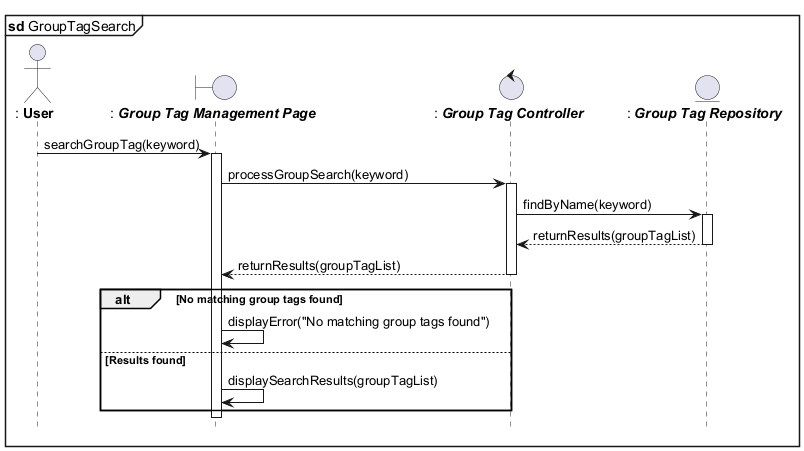
Earlier version of the PlantUML export out/cari_grubtag.png (azrappp/learning_uml2.0_pmul). Its diagram source:
```plantuml
@startuml
mainframe **sd** GroupTagSearch
hide footbox

actor ": **User**" as User
boundary ": **//Group Tag Management Page//**" as GroupTagPage
control ": **//Group Tag Controller//**" as GroupTagController
entity ": **//Group Tag Repository//**" as GroupTagRepository

User -> GroupTagPage : searchGroupTag(keyword)
activate GroupTagPage

GroupTagPage -> GroupTagController : processGroupSearch(keyword)
activate GroupTagController

GroupTagController -> GroupTagRepository : findByName(keyword)
activate GroupTagRepository
GroupTagRepository --> GroupTagController : returnResults(groupTagList)
deactivate GroupTagRepository

GroupTagController --> GroupTagPage : returnResults(groupTagList)
deactivate GroupTagController

alt No matching group tags found
    GroupTagPage -> GroupTagPage : displayError("No matching group tags found")
else Results found
    GroupTagPage -> GroupTagPage : displaySearchResults(groupTagList)
end

deactivate GroupTagPage
@enduml
```
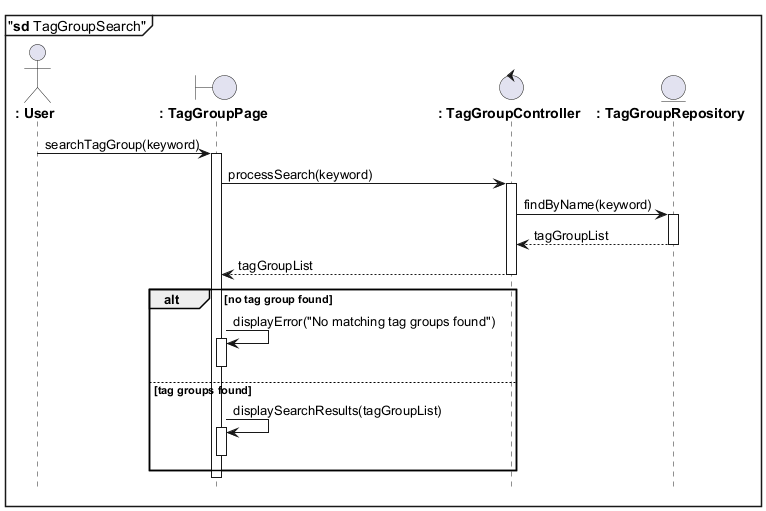
The same file after the commit.

Change to the diagram source:
```diff
@@ -1,31 +1,35 @@
 @startuml
-mainframe **sd** GroupTagSearch
+mainframe "**sd** TagGroupSearch"
 hide footbox
 
-actor ": **User**" as User
-boundary ": **//Group Tag Management Page//**" as GroupTagPage
-control ": **//Group Tag Controller//**" as GroupTagController
-entity ": **//Group Tag Repository//**" as GroupTagRepository
+actor "**: User**" as User
+boundary "**: TagGroupPage**" as TagGroupPage
+control "**: TagGroupController**" as TagGroupController
+entity "**: TagGroupRepository**" as TagGroupRepository
 
-User -> GroupTagPage : searchGroupTag(keyword)
-activate GroupTagPage
+User -> TagGroupPage : searchTagGroup(keyword)
+activate TagGroupPage
 
-GroupTagPage -> GroupTagController : processGroupSearch(keyword)
-activate GroupTagController
+TagGroupPage -> TagGroupController : processSearch(keyword)
+activate TagGroupController
 
-GroupTagController -> GroupTagRepository : findByName(keyword)
-activate GroupTagRepository
-GroupTagRepository --> GroupTagController : returnResults(groupTagList)
-deactivate GroupTagRepository
+TagGroupController -> TagGroupRepository : findByName(keyword)
+activate TagGroupRepository
+TagGroupRepository --> TagGroupController : tagGroupList
+deactivate TagGroupRepository
 
-GroupTagController --> GroupTagPage : returnResults(groupTagList)
-deactivate GroupTagController
+TagGroupController --> TagGroupPage : tagGroupList
+deactivate TagGroupController
 
-alt No matching group tags found
-    GroupTagPage -> GroupTagPage : displayError("No matching group tags found")
-else Results found
-    GroupTagPage -> GroupTagPage : displaySearchResults(groupTagList)
+alt no tag group found
+    TagGroupPage -> TagGroupPage : displayError("No matching tag groups found")
+    activate TagGroupPage
+    deactivate TagGroupPage
+else tag groups found
+    TagGroupPage -> TagGroupPage : displaySearchResults(tagGroupList)
+    activate TagGroupPage
+    deactivate TagGroupPage
 end
 
-deactivate GroupTagPage
+deactivate TagGroupPage
 @enduml
```
